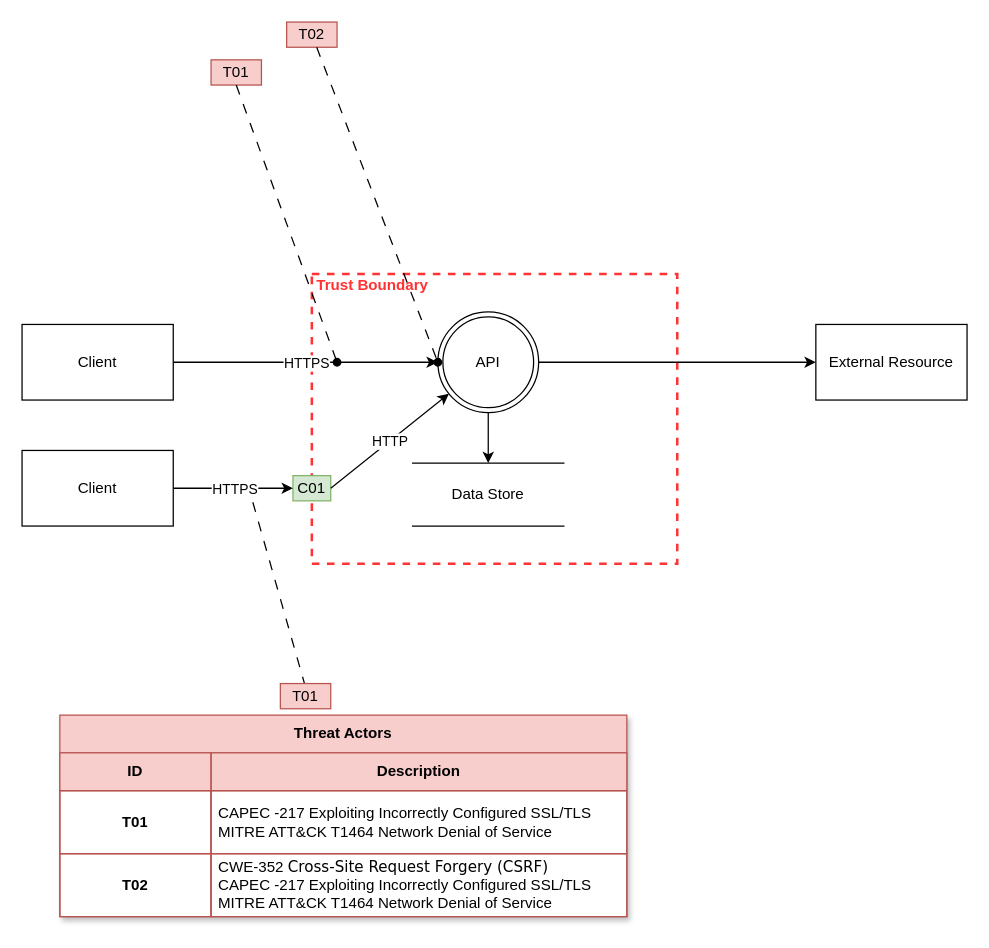
Earlier version of the draw.io diagram Threat-Modelling-Worked-Example.drawio (Jim-Sweeting/Drawio). Source tidied: cells renumbered, new cells numbered last; positions are measured from the earlier drawing's top-left corner, leaving out a move shared by most shapes. Both pictures are drawn from the tidied source at 126%, with x=0, y=0 at pixel (21, 21).
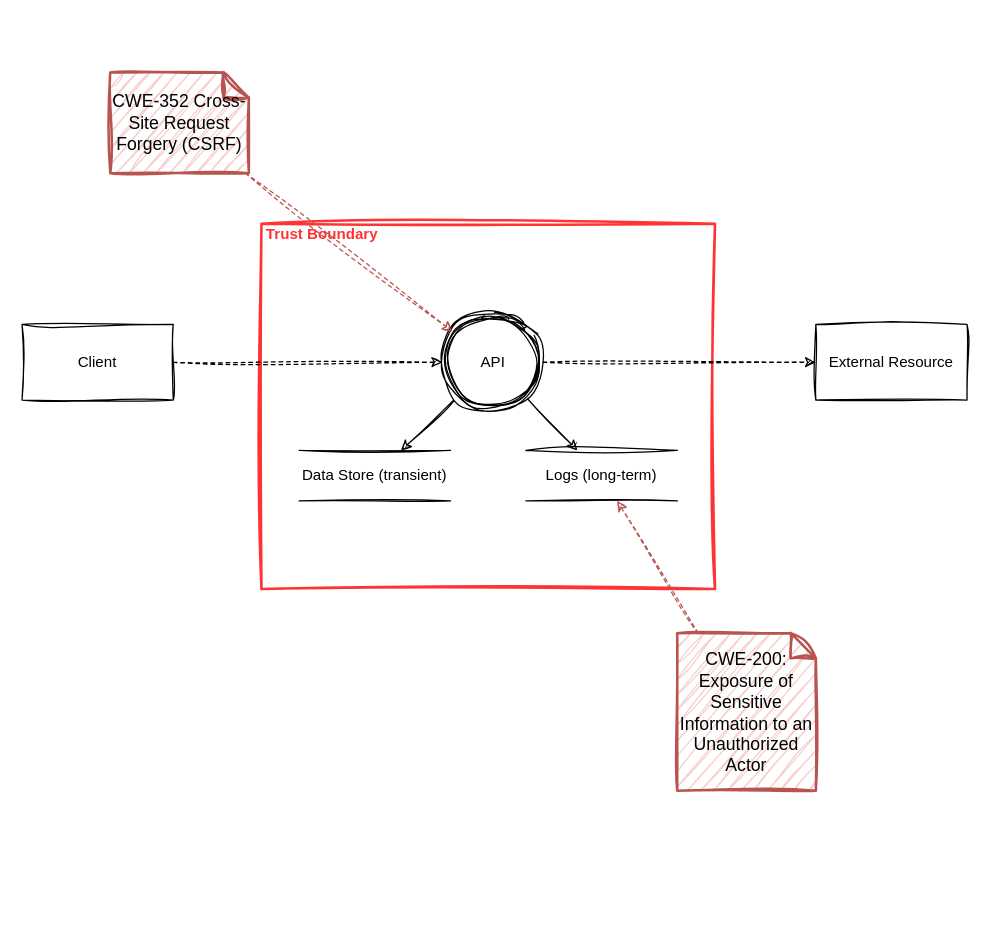
The same page after the edit.

Commit message:
Updated Example diagram

Change to the diagram source:
```diff
@@
-    <mxCell id="2" value="Trust Boundary" style="html=1;fontColor=#FF3333;fontStyle=1;align=left;verticalAlign=top;spacing=0;labelBorderColor=none;fillColor=none;dashed=1;strokeWidth=2;strokeColor=#FF3333;spacingLeft=4;spacingTop=-3;" parent="1" vertex="1">
-      <mxGeometry x="230" y="200" width="290" height="230" as="geometry" />
+    <mxCell id="2" value="Trust Boundary" style="html=1;fontColor=#FF3333;fontStyle=1;align=left;verticalAlign=top;spacing=0;labelBorderColor=none;fillColor=none;strokeWidth=2;strokeColor=#FF3333;spacingLeft=4;spacingTop=-3;sketch=1;curveFitting=1;jiggle=2;" parent="1" vertex="1">
+      <mxGeometry x="190" y="160" width="360" height="290" as="geometry" />
     </mxCell>
-    <mxCell id="3" style="edgeStyle=orthogonalEdgeStyle;rounded=0;jettySize=auto;html=1;" parent="1" edge="1" source="4" target="8">
+    <mxCell id="3" style="rounded=0;jettySize=auto;html=1;sketch=1;curveFitting=1;jiggle=2;" parent="1" edge="1" source="4" target="8">
       <mxGeometry relative="1" as="geometry" />
     </mxCell>
-    <mxCell id="4" value="API" style="ellipse;shape=doubleEllipse;whiteSpace=wrap;html=1;" parent="1" vertex="1">
-      <mxGeometry x="330" y="230" width="80" height="80" as="geometry" />
+    <mxCell id="4" value="API" style="ellipse;shape=doubleEllipse;whiteSpace=wrap;html=1;sketch=1;curveFitting=1;jiggle=2;" parent="1" vertex="1">
+      <mxGeometry x="333.5" y="230" width="80" height="80" as="geometry" />
     </mxCell>
-    <mxCell id="5" style="edgeStyle=orthogonalEdgeStyle;rounded=0;jettySize=auto;html=1;" parent="1" edge="1" source="4" target="7">
+    <mxCell id="5" style="edgeStyle=orthogonalEdgeStyle;rounded=0;jettySize=auto;html=1;sketch=1;curveFitting=1;jiggle=2;dashed=1;" parent="1" edge="1" source="4" target="7">
       <mxGeometry relative="1" as="geometry" />
     </mxCell>
+    <mxCell id="19" style="edgeStyle=orthogonalEdgeStyle;rounded=0;jettySize=auto;html=1;sketch=1;curveFitting=1;jiggle=2;dashed=1;" parent="1" edge="1" source="6" target="4">
+      <mxGeometry relative="1" as="geometry" />
+    </mxCell>
-    <mxCell id="6" value="Client" style="rounded=0;whiteSpace=wrap;html=1;" parent="1" vertex="1">
+    <mxCell id="6" value="Client" style="rounded=0;whiteSpace=wrap;html=1;sketch=1;curveFitting=1;jiggle=2;" parent="1" vertex="1">
       <mxGeometry y="240" width="120" height="60" as="geometry" />
     </mxCell>
-    <mxCell id="7" value="External Resource" style="rounded=0;whiteSpace=wrap;html=1;" parent="1" vertex="1">
+    <mxCell id="7" value="External Resource" style="rounded=0;whiteSpace=wrap;html=1;sketch=1;curveFitting=1;jiggle=2;" parent="1" vertex="1">
       <mxGeometry x="630" y="240" width="120" height="60" as="geometry" />
     </mxCell>
+    <mxCell id="9" style="edgeStyle=orthogonalEdgeStyle;rounded=0;orthogonalLoop=1;jettySize=auto;html=1;exitX=0.5;exitY=1;exitDx=0;exitDy=0;sketch=1;curveFitting=1;jiggle=2;" parent="1" edge="1" source="8" target="8">
+      <mxGeometry relative="1" as="geometry" />
+    </mxCell>
-    <mxCell id="8" value="Data Store" style="shape=partialRectangle;whiteSpace=wrap;html=1;left=0;right=0;fillColor=none;" parent="1" vertex="1">
-      <mxGeometry x="310" y="350" width="120" height="50" as="geometry" />
+    <mxCell id="8" value="Data Store (transient)" style="shape=partialRectangle;whiteSpace=wrap;html=1;left=0;right=0;fillColor=none;sketch=1;curveFitting=1;jiggle=2;" parent="1" vertex="1">
+      <mxGeometry x="220" y="340" width="120" height="40" as="geometry" />
     </mxCell>
-    <mxCell id="9" style="edgeStyle=orthogonalEdgeStyle;rounded=0;orthogonalLoop=1;jettySize=auto;html=1;exitX=0.5;exitY=1;exitDx=0;exitDy=0;" parent="1" edge="1" source="8" target="8">
-      <mxGeometry relative="1" as="geometry" />
-    </mxCell>
-    <mxCell id="10" value="T01" style="text;html=1;strokeColor=#b85450;fillColor=#f8cecc;align=center;verticalAlign=middle;whiteSpace=wrap;overflow=hidden;" parent="1" vertex="1">
-      <mxGeometry x="150" y="30" width="40" height="20" as="geometry" />
-    </mxCell>
-    <mxCell id="11" style="endArrow=oval;html=1;rounded=0;exitX=0.5;exitY=1;exitDx=0;exitDy=0;dashed=1;dashPattern=8 8;endFill=1;" parent="1" edge="1" source="10">
-      <mxGeometry relative="1" as="geometry">
-        <mxPoint x="250" y="270" as="targetPoint" />
-      </mxGeometry>
-    </mxCell>
-    <mxCell id="12" value="T02" style="text;html=1;strokeColor=#b85450;fillColor=#f8cecc;align=center;verticalAlign=middle;whiteSpace=wrap;overflow=hidden;" parent="1" vertex="1">
-      <mxGeometry x="210" width="40" height="20" as="geometry" />
-    </mxCell>
-    <mxCell id="13" style="endArrow=oval;html=1;rounded=0;dashed=1;dashPattern=8 8;entryX=0;entryY=0.5;entryDx=0;entryDy=0;endFill=1;" parent="1" edge="1" source="12" target="4">
-      <mxGeometry relative="1" as="geometry" />
-    </mxCell>
-    <mxCell id="14" value="Client" style="rounded=0;whiteSpace=wrap;html=1;" parent="1" vertex="1">
-      <mxGeometry y="340" width="120" height="60" as="geometry" />
-    </mxCell>
-    <mxCell id="15" value="C01" style="text;html=1;strokeColor=#82b366;fillColor=#d5e8d4;align=center;verticalAlign=middle;whiteSpace=wrap;overflow=hidden;" parent="1" vertex="1">
-      <mxGeometry x="215" y="360" width="30" height="20" as="geometry" />
-    </mxCell>
-    <mxCell id="16" style="endArrow=oval;html=1;rounded=0;dashed=1;dashPattern=8 8;exitX=0.495;exitY=0.115;exitDx=0;exitDy=0;endFill=1;exitPerimeter=0;" parent="1" edge="1" source="23">
-      <mxGeometry relative="1" as="geometry">
-        <mxPoint x="180" y="370" as="targetPoint" />
-      </mxGeometry>
-    </mxCell>
-    <mxCell id="17" style="endArrow=classic;html=1;rounded=0;" parent="1" edge="1" source="14" target="15">
-      <mxGeometry relative="1" as="geometry" />
-    </mxCell>
-    <mxCell id="18" value="HTTPS" style="edgeLabel;html=1;align=center;verticalAlign=middle;" parent="17" vertex="1">
-      <mxGeometry relative="1" as="geometry" />
-    </mxCell>
-    <mxCell id="19" style="endArrow=classic;html=1;rounded=0;" parent="1" edge="1" source="6" target="4">
-      <mxGeometry relative="1" as="geometry" />
-    </mxCell>
-    <mxCell id="20" value="HTTPS" style="edgeLabel;html=1;align=center;verticalAlign=middle;" parent="19" vertex="1">
-      <mxGeometry relative="1" as="geometry" />
-    </mxCell>
-    <mxCell id="21" style="endArrow=classic;html=1;rounded=0;exitX=1;exitY=0.5;exitDx=0;exitDy=0;" parent="1" edge="1" source="15" target="4">
-      <mxGeometry relative="1" as="geometry" />
-    </mxCell>
-    <mxCell id="22" value="HTTP" style="edgeLabel;html=1;align=center;verticalAlign=middle;" parent="21" vertex="1">
-      <mxGeometry relative="1" as="geometry" />
-    </mxCell>
-    <mxCell id="23" value="T01" style="text;html=1;strokeColor=#b85450;fillColor=#f8cecc;align=center;verticalAlign=middle;whiteSpace=wrap;overflow=hidden;" parent="1" vertex="1">
-      <mxGeometry x="205" y="525" width="40" height="20" as="geometry" />
-    </mxCell>
-    <mxCell id="24" value="Threat Actors" style="shape=table;startSize=30;childLayout=tableLayout;fillColor=#F8CECC;strokeColor=#B85450;fontStyle=1;shadow=1;swimlaneFillColor=#FFFFFF;fontColor=#000000;whiteSpace=wrap;html=1;" parent="1" vertex="1">
-      <mxGeometry x="30" y="550" width="450" height="160" as="geometry" />
-    </mxCell>
-    <mxCell id="25" style="shape=tableRow;horizontal=0;startSize=0;swimlaneHead=0;swimlaneBody=0;strokeColor=inherit;top=0;left=0;bottom=0;right=0;fillColor=inherit;fontSize=16;fontColor=#000000;" parent="24" vertex="1">
-      <mxGeometry y="30" width="450" height="30" as="geometry" />
-    </mxCell>
-    <mxCell id="26" value="ID" style="html=1;whiteSpace=wrap;strokeColor=inherit;overflow=hidden;fillColor=none;fontColor=#000000;fontStyle=1;" parent="25" vertex="1">
-      <mxGeometry width="120" height="30" as="geometry" />
-    </mxCell>
-    <mxCell id="27" value="Description" style="html=1;whiteSpace=wrap;strokeColor=inherit;overflow=hidden;fillColor=none;fontColor=#000000;fontStyle=1;" parent="25" vertex="1">
-      <mxGeometry x="120" width="330" height="30" as="geometry" />
-    </mxCell>
-    <mxCell id="28" style="shape=tableRow;horizontal=0;startSize=0;swimlaneHead=0;swimlaneBody=0;strokeColor=inherit;top=0;left=0;bottom=0;right=0;fillColor=none;fontSize=16;fontColor=#000000;" parent="24" vertex="1">
-      <mxGeometry y="60" width="450" height="50" as="geometry" />
-    </mxCell>
-    <mxCell id="29" value="T01" style="html=1;whiteSpace=wrap;strokeColor=inherit;overflow=hidden;fillColor=none;fontColor=#000000;fontStyle=1;" parent="28" vertex="1">
-      <mxGeometry width="120" height="50" as="geometry" />
-    </mxCell>
-    <mxCell id="30" value="&lt;span style=&quot;font-weight: normal;&quot;&gt;&lt;font style=&quot;font-size: 12px;&quot;&gt;&lt;font style=&quot;font-size: 12px;&quot;&gt;CAPEC -217&amp;nbsp;&lt;/font&gt;&lt;span style=&quot;background-color: initial;&quot;&gt;Exploiting Incorrectly Configured SSL/TLS&lt;br&gt;&lt;/span&gt;&lt;/font&gt;MITRE ATT&amp;amp;CK T1464 Network Denial of Service&lt;font style=&quot;font-size: 12px;&quot;&gt;&lt;br&gt;&lt;/font&gt;&lt;/span&gt;" style="html=1;whiteSpace=wrap;strokeColor=inherit;overflow=hidden;fillColor=none;fontColor=#000000;fontStyle=1;align=left;spacingLeft=4;" parent="28" vertex="1">
-      <mxGeometry x="120" width="330" height="50" as="geometry" />
-    </mxCell>
-    <mxCell id="31" style="shape=tableRow;horizontal=0;startSize=0;swimlaneHead=0;swimlaneBody=0;strokeColor=inherit;top=0;left=0;bottom=0;right=0;fillColor=none;fontSize=16;fontColor=#000000;" parent="24" vertex="1">
-      <mxGeometry y="110" width="450" height="50" as="geometry" />
-    </mxCell>
-    <mxCell id="32" value="T02" style="html=1;whiteSpace=wrap;strokeColor=inherit;overflow=hidden;fillColor=none;fontColor=#000000;fontStyle=1;" parent="31" vertex="1">
-      <mxGeometry width="120" height="50" as="geometry" />
-    </mxCell>
-    <mxCell id="33" value="&lt;font style=&quot;font-size: 12px; font-weight: normal;&quot;&gt;&lt;font style=&quot;font-size: 12px;&quot;&gt;CWE-352&amp;nbsp;&lt;/font&gt;&lt;span style=&quot;caret-color: rgb(108, 29, 31); font-family: Verdana, Arial, Helvetica, Geneva, sans-serif;&quot;&gt;Cross-Site Request Forgery (CSRF)&lt;/span&gt;&lt;font style=&quot;font-size: 12px;&quot;&gt;&lt;br&gt;CAPEC -217&amp;nbsp;&lt;/font&gt;&lt;span style=&quot;background-color: initial;&quot;&gt;Exploiting Incorrectly Configured SSL/TLS&lt;br&gt;&lt;/span&gt;&lt;/font&gt;&lt;span style=&quot;font-weight: normal;&quot;&gt;&lt;font style=&quot;font-size: 12px;&quot;&gt;MITRE ATT&amp;amp;CK T1464 Network Denial of Service&lt;br&gt;&lt;/font&gt;&lt;/span&gt;" style="html=1;whiteSpace=wrap;strokeColor=inherit;overflow=hidden;fillColor=none;fontColor=#000000;fontStyle=1;align=left;spacingLeft=4;" parent="31" vertex="1">
-      <mxGeometry x="120" width="330" height="50" as="geometry" />
-    </mxCell>
+    <mxCell id="34" value="Logs (long-term)" style="shape=partialRectangle;whiteSpace=wrap;html=1;left=0;right=0;fillColor=none;sketch=1;curveFitting=1;jiggle=2;" parent="1" vertex="1">
+      <mxGeometry x="400" y="340" width="120" height="40" as="geometry" />
+    </mxCell>
+    <mxCell id="35" style="rounded=0;jettySize=auto;html=1;sketch=1;curveFitting=1;jiggle=2;" parent="1" edge="1" source="4" target="34">
+      <mxGeometry relative="1" as="geometry" />
+    </mxCell>
+    <mxCell id="36" style="sketch=1;hachureGap=4;jiggle=2;curveFitting=1;jettySize=auto;html=1;fontFamily=Architects Daughter;fontSize=16;fillColor=#f8cecc;strokeColor=#b85450;dashed=1;" parent="1" edge="1" source="37" target="4">
+      <mxGeometry relative="1" as="geometry" />
+    </mxCell>
+    <mxCell id="37" value="CWE-352&amp;nbsp;Cross-Site Request Forgery (CSRF)" style="shape=note;strokeWidth=2;fontSize=14;size=20;whiteSpace=wrap;html=1;fillColor=#f8cecc;strokeColor=#b85450;sketch=1;curveFitting=1;jiggle=2;" parent="1" vertex="1">
+      <mxGeometry x="70" y="40" width="110" height="80" as="geometry" />
+    </mxCell>
+    <mxCell id="38" value="CWE-200: Exposure of Sensitive Information to an Unauthorized Actor" style="shape=note;strokeWidth=2;fontSize=14;size=20;whiteSpace=wrap;html=1;fillColor=#f8cecc;strokeColor=#b85450;sketch=1;curveFitting=1;jiggle=2;" parent="1" vertex="1">
+      <mxGeometry x="520" y="485" width="110" height="125" as="geometry" />
+    </mxCell>
+    <mxCell id="39" style="sketch=1;hachureGap=4;jiggle=2;curveFitting=1;jettySize=auto;html=1;fontFamily=Architects Daughter;fontSize=16;fillColor=#f8cecc;strokeColor=#b85450;dashed=1;rounded=0;" parent="1" edge="1" source="38" target="34">
+      <mxGeometry relative="1" as="geometry" />
+    </mxCell>
```
